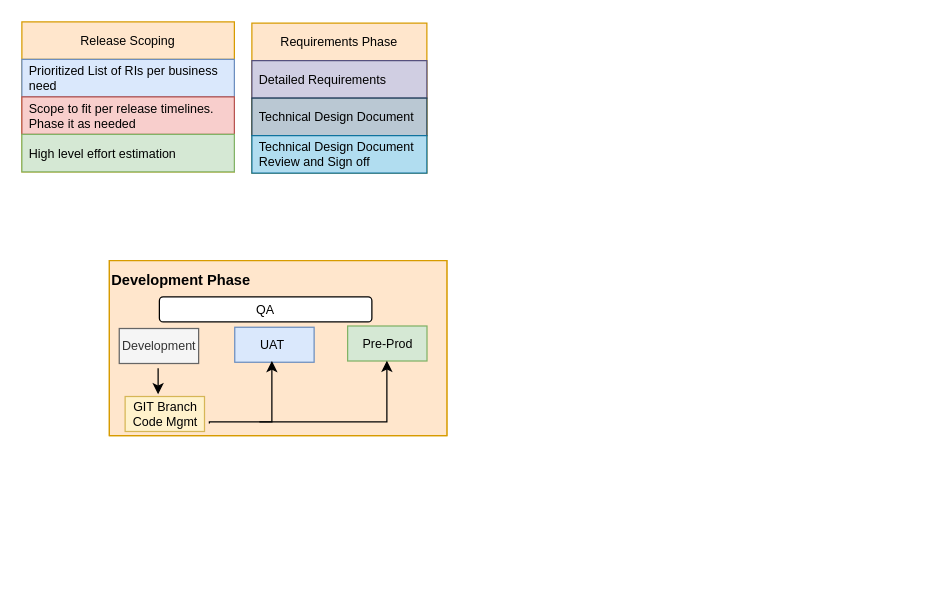
Before: Untitled Diagram.drawio in aj186018/demo-repo, a draw.io diagram. Source tidied: cells renumbered, new cells numbered last; positions are measured from the earlier drawing's top-left corner, leaving out a move shared by most shapes. Both pictures are drawn from the tidied source at 125%, with x=0, y=0 at pixel (21, 21).
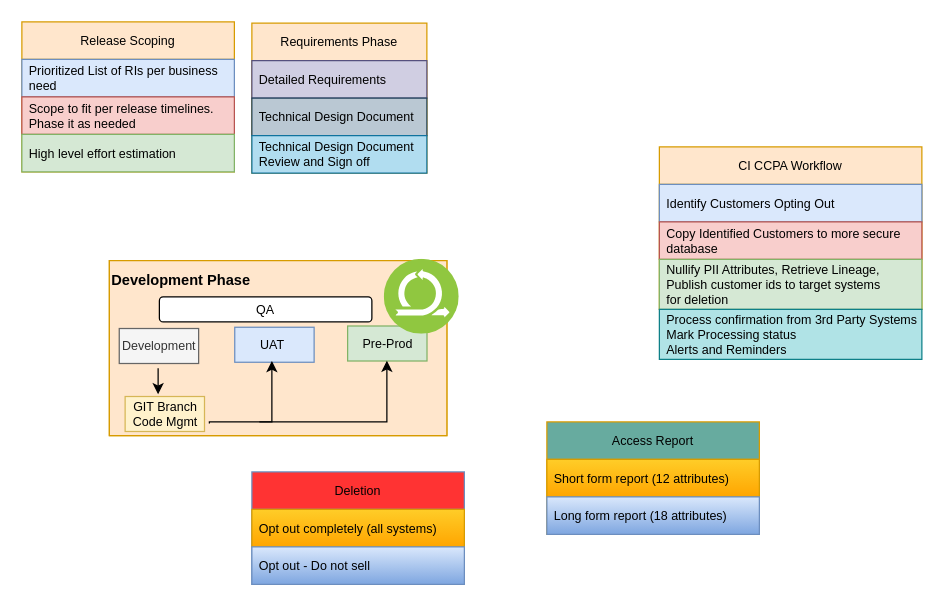
The same diagram, later.

What changed in the source:
```diff
@@
+    <mxCell id="21" value="CI CCPA Workflow" style="swimlane;fontStyle=0;horizontal=1;startSize=30;fillColor=#ffe6cc;strokeColor=#d79b00;fontSize=10;" parent="1" vertex="1">
+      <mxGeometry x="510" y="100" width="210" height="130" as="geometry" />
+    </mxCell>
+    <mxCell id="22" value="Identify Customers Opting Out" style="text;strokeColor=#6c8ebf;fillColor=#dae8fc;align=left;verticalAlign=middle;spacingLeft=4;spacingRight=4;overflow=hidden;fontSize=10;whiteSpace=wrap;" parent="21" vertex="1">
+      <mxGeometry y="30" width="210" height="30" as="geometry" />
+    </mxCell>
+    <mxCell id="23" value="Copy Identified Customers to more secure database  " style="text;strokeColor=#b85450;fillColor=#f8cecc;align=left;verticalAlign=middle;spacingLeft=4;spacingRight=4;overflow=hidden;fontSize=10;whiteSpace=wrap;" parent="21" vertex="1">
+      <mxGeometry y="60" width="210" height="30" as="geometry" />
+    </mxCell>
+    <mxCell id="24" value="Nullify PII Attributes, Retrieve Lineage,&#10;Publish customer ids to target systems &#10;for deletion" style="text;strokeColor=#82b366;fillColor=#d5e8d4;align=left;verticalAlign=middle;spacingLeft=4;spacingRight=4;overflow=hidden;fontSize=10;" parent="21" vertex="1">
+      <mxGeometry y="90" width="210" height="40" as="geometry" />
+    </mxCell>
+    <mxCell id="25" value="Process confirmation from 3rd Party Systems&#10;Mark Processing status&#10;Alerts and Reminders" style="text;strokeColor=#0e8088;fillColor=#b0e3e6;align=left;verticalAlign=middle;spacingLeft=4;spacingRight=4;overflow=hidden;fontSize=10;" parent="1" vertex="1">
+      <mxGeometry x="510" y="230" width="210" height="40" as="geometry" />
+    </mxCell>
+    <mxCell id="26" style="perimeter=ellipsePerimeter;html=1;align=center;shadow=0;dashed=0;fontColor=#4277BB;labelBackgroundColor=#ffffff;fontSize=12;spacingTop=3;image;image=img/lib/ibm/blockchain/communication.svg;" parent="1" vertex="1">
+      <mxGeometry x="290" y="190" width="60" height="60" as="geometry" />
+    </mxCell>
+    <mxCell id="27" value="Access Report" style="swimlane;fontStyle=0;horizontal=1;startSize=30;fillColor=#67AB9F;strokeColor=#d79b00;fontSize=10;" parent="1" vertex="1">
+      <mxGeometry x="420" y="320" width="170" height="90" as="geometry" />
+    </mxCell>
+    <mxCell id="28" value="Short form report (12 attributes)" style="text;strokeColor=#d79b00;fillColor=#ffcd28;align=left;verticalAlign=middle;spacingLeft=4;spacingRight=4;overflow=hidden;fontSize=10;whiteSpace=wrap;gradientColor=#ffa500;" parent="27" vertex="1">
+      <mxGeometry y="30" width="170" height="30" as="geometry" />
+    </mxCell>
+    <mxCell id="29" value="Long form report (18 attributes)" style="text;strokeColor=#6c8ebf;fillColor=#dae8fc;align=left;verticalAlign=middle;spacingLeft=4;spacingRight=4;overflow=hidden;fontSize=10;whiteSpace=wrap;gradientColor=#7ea6e0;" parent="27" vertex="1">
+      <mxGeometry y="60" width="170" height="30" as="geometry" />
+    </mxCell>
+    <mxCell id="30" value="Deletion" style="swimlane;fontStyle=0;horizontal=1;startSize=30;fillColor=#FF3333;strokeColor=#6c8ebf;fontSize=10;gradientColor=none;" parent="1" vertex="1">
+      <mxGeometry x="184" y="360" width="170" height="90" as="geometry" />
+    </mxCell>
+    <mxCell id="31" value="Opt out completely (all systems)" style="text;strokeColor=#d79b00;fillColor=#ffcd28;align=left;verticalAlign=middle;spacingLeft=4;spacingRight=4;overflow=hidden;fontSize=10;whiteSpace=wrap;gradientColor=#ffa500;" parent="30" vertex="1">
+      <mxGeometry y="30" width="170" height="30" as="geometry" />
+    </mxCell>
+    <mxCell id="32" value="Opt out - Do not sell" style="text;strokeColor=#6c8ebf;fillColor=#dae8fc;align=left;verticalAlign=middle;spacingLeft=4;spacingRight=4;overflow=hidden;fontSize=10;whiteSpace=wrap;gradientColor=#7ea6e0;" parent="30" vertex="1">
+      <mxGeometry y="60" width="170" height="30" as="geometry" />
+    </mxCell>
```
